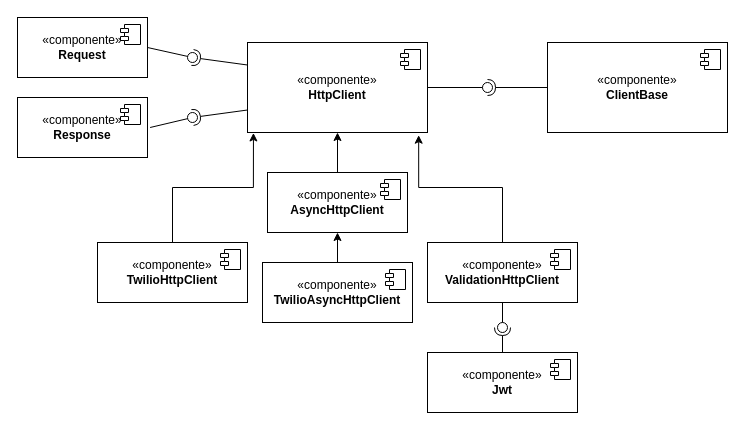
PepeCoral/twilio-latex keeps this draw.io diagram as VistaFuncionalClienteBase.drawio. Above is the earlier version. Source tidied: cells renumbered, new cells numbered last; positions are measured from the earlier drawing's top-left corner, leaving out a move shared by most shapes. Both pictures are drawn from the tidied source at 100%, with x=0, y=0 at pixel (17, 17).
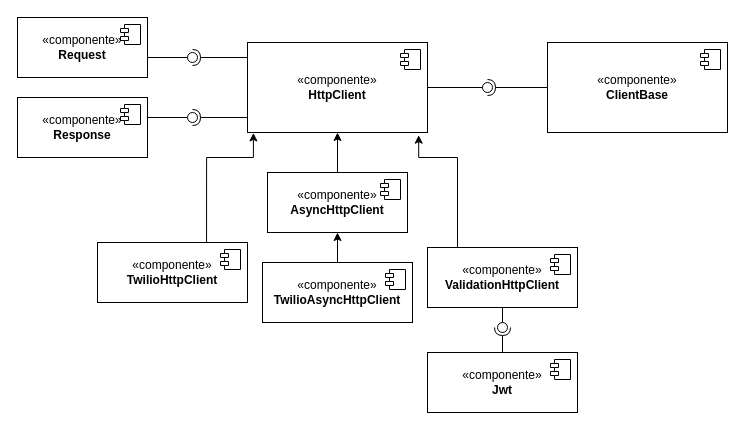
After the change.

Unchanged cells that the change refers to:
```xml
<mxCell id="2" value="«componente»&lt;br&gt;&lt;b&gt;HttpClient&lt;/b&gt;" style="html=1;whiteSpace=wrap;" parent="1" vertex="1">
  <mxGeometry x="230" y="25" width="180" height="90" as="geometry" />
</mxCell>
<mxCell id="4" value="«componente»&lt;br&gt;&lt;b&gt;Response&lt;/b&gt;" style="html=1;whiteSpace=wrap;" parent="1" vertex="1">
  <mxGeometry y="80" width="130" height="60" as="geometry" />
</mxCell>
<mxCell id="6" value="«componente»&lt;br&gt;&lt;b&gt;TwilioHttpClient&lt;/b&gt;" style="html=1;whiteSpace=wrap;" parent="1" vertex="1">
  <mxGeometry x="80" y="225" width="150" height="60" as="geometry" />
</mxCell>
<mxCell id="8" value="«componente»&lt;br&gt;&lt;b&gt;Request&lt;/b&gt;" style="html=1;whiteSpace=wrap;" parent="1" vertex="1">
  <mxGeometry width="130" height="60" as="geometry" />
</mxCell>
<mxCell id="12" style="ellipse;whiteSpace=wrap;html=1;align=center;fillColor=none;strokeColor=none;perimeter=centerPerimeter;points=[];outlineConnect=1;" parent="1" vertex="1">
  <mxGeometry x="170" y="35" width="10" height="10" as="geometry" />
</mxCell>
<mxCell id="15" style="ellipse;whiteSpace=wrap;html=1;align=center;fillColor=none;strokeColor=none;perimeter=centerPerimeter;points=[];outlineConnect=1;" parent="1" vertex="1">
  <mxGeometry x="170" y="95" width="10" height="10" as="geometry" />
</mxCell>
```

The edit, as a diff of the source:
```diff
@@
-    <mxCell id="10" style="rounded=0;jettySize=auto;html=1;endArrow=halfCircle;endFill=0;endSize=6;strokeWidth=1;sketch=0;exitX=0;exitY=0.25;exitDx=0;exitDy=0;" parent="1" edge="1" source="2" target="12">
-      <mxGeometry relative="1" as="geometry" />
+    <mxCell id="10" style="rounded=0;jettySize=auto;html=1;endArrow=halfCircle;endFill=0;endSize=6;strokeWidth=1;sketch=0;" parent="1" edge="1" target="12">
+      <mxGeometry relative="1" as="geometry">
+        <mxPoint x="230" y="40" as="sourcePoint" />
+      </mxGeometry>
     </mxCell>
-    <mxCell id="11" style="rounded=0;jettySize=auto;html=1;endArrow=oval;endFill=0;sketch=0;sourcePerimeterSpacing=0;targetPerimeterSpacing=0;endSize=10;exitX=1;exitY=0.5;exitDx=0;exitDy=0;" parent="1" edge="1" source="8" target="12">
-      <mxGeometry relative="1" as="geometry" />
+    <mxCell id="11" style="rounded=0;jettySize=auto;html=1;endArrow=oval;endFill=0;sketch=0;sourcePerimeterSpacing=0;targetPerimeterSpacing=0;endSize=10;" parent="1" edge="1" target="12">
+      <mxGeometry relative="1" as="geometry">
+        <mxPoint x="130" y="40" as="sourcePoint" />
+      </mxGeometry>
     </mxCell>
@@
-    <mxCell id="13" style="rounded=0;jettySize=auto;html=1;endArrow=halfCircle;endFill=0;endSize=6;strokeWidth=1;sketch=0;exitX=0;exitY=0.75;exitDx=0;exitDy=0;" parent="1" edge="1" source="2" target="15">
-      <mxGeometry relative="1" as="geometry" />
+    <mxCell id="13" style="rounded=0;orthogonalLoop=1;jettySize=auto;html=1;endArrow=halfCircle;endFill=0;endSize=6;strokeWidth=1;sketch=0;" parent="1" edge="1">
+      <mxGeometry relative="1" as="geometry">
+        <mxPoint x="230" y="100" as="sourcePoint" />
+        <mxPoint x="175" y="100" as="targetPoint" />
+      </mxGeometry>
     </mxCell>
-    <mxCell id="14" style="rounded=0;jettySize=auto;html=1;endArrow=oval;endFill=0;sketch=0;sourcePerimeterSpacing=0;targetPerimeterSpacing=0;endSize=10;exitX=1.02;exitY=0.5;exitDx=0;exitDy=0;exitPerimeter=0;" parent="1" edge="1" source="4" target="15">
-      <mxGeometry relative="1" as="geometry" />
+    <mxCell id="14" style="rounded=0;orthogonalLoop=1;jettySize=auto;html=1;endArrow=oval;endFill=0;sketch=0;sourcePerimeterSpacing=0;targetPerimeterSpacing=0;endSize=10;" parent="1" edge="1">
+      <mxGeometry relative="1" as="geometry">
+        <mxPoint x="130" y="100" as="sourcePoint" />
+        <mxPoint x="175" y="100" as="targetPoint" />
+      </mxGeometry>
     </mxCell>
@@
     <mxCell id="19" value="«componente»&lt;br&gt;&lt;b&gt;ValidationHttpClient&lt;/b&gt;" style="html=1;whiteSpace=wrap;" parent="1" vertex="1">
-      <mxGeometry x="410" y="225" width="150" height="60" as="geometry" />
+      <mxGeometry x="410" y="230" width="150" height="60" as="geometry" />
     </mxCell>
@@
-    <mxCell id="24" style="edgeStyle=orthogonalEdgeStyle;rounded=0;jettySize=auto;html=1;exitX=0.5;exitY=0;exitDx=0;exitDy=0;entryX=0.033;entryY=1.005;entryDx=0;entryDy=0;entryPerimeter=0;" parent="1" edge="1" source="6" target="2">
-      <mxGeometry relative="1" as="geometry" />
+    <mxCell id="24" style="edgeStyle=orthogonalEdgeStyle;rounded=0;jettySize=auto;html=1;entryX=0.033;entryY=1.005;entryDx=0;entryDy=0;entryPerimeter=0;exitX=0.727;exitY=0.006;exitDx=0;exitDy=0;exitPerimeter=0;" parent="1" edge="1" source="6" target="2">
+      <mxGeometry relative="1" as="geometry">
+        <Array as="points">
+          <mxPoint x="189" y="140" />
+          <mxPoint x="236" y="140" />
+        </Array>
+      </mxGeometry>
     </mxCell>
-    <mxCell id="25" style="edgeStyle=orthogonalEdgeStyle;rounded=0;jettySize=auto;html=1;exitX=0.5;exitY=0;exitDx=0;exitDy=0;entryX=0.951;entryY=1.03;entryDx=0;entryDy=0;entryPerimeter=0;" parent="1" edge="1" source="19" target="2">
-      <mxGeometry relative="1" as="geometry" />
+    <mxCell id="25" style="edgeStyle=orthogonalEdgeStyle;rounded=0;jettySize=auto;html=1;entryX=0.951;entryY=1.03;entryDx=0;entryDy=0;entryPerimeter=0;" parent="1" edge="1" target="2">
+      <mxGeometry relative="1" as="geometry">
+        <mxPoint x="440" y="230" as="sourcePoint" />
+        <Array as="points">
+          <mxPoint x="440" y="140" />
+          <mxPoint x="401" y="140" />
+        </Array>
+      </mxGeometry>
     </mxCell>
```
